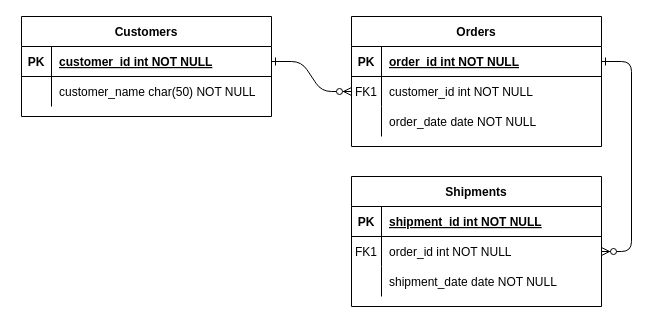
Above: Untitled Diagram.drawio in Honrado-the-bugfixer/htmlFormAssignment1 (draw.io), before the change. Source tidied: cells renumbered, new cells numbered last; positions are measured from the earlier drawing's top-left corner, leaving out a move shared by most shapes. Both pictures are drawn from the tidied source at 100%, with x=0, y=0 at pixel (21, 16).
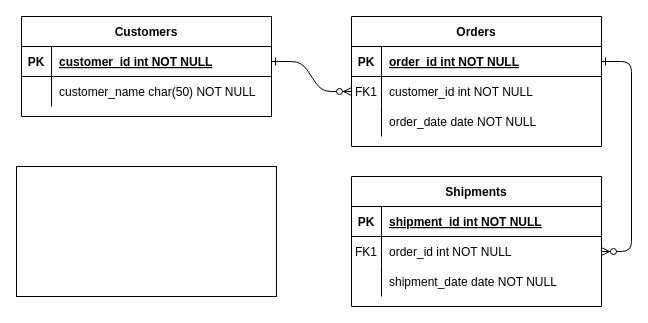
The same page after the edit.

Change to the diagram source:
```diff
@@
+    <mxCell id="31" style="whiteSpace=wrap;html=1;" parent="1" vertex="1">
+      <mxGeometry x="-5" y="150" width="260" height="130" as="geometry" />
+    </mxCell>
```
